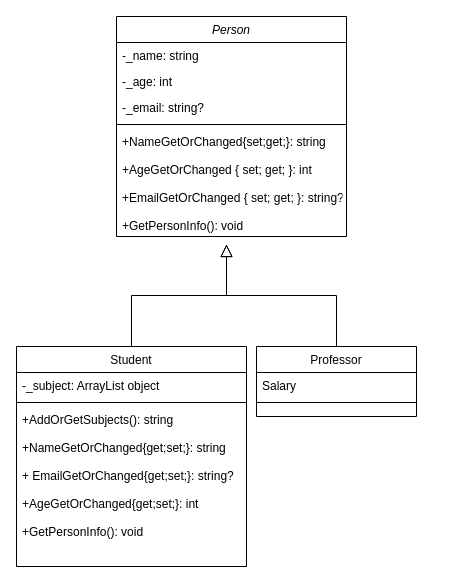
ellofae/Applied-Programming-Labs keeps this draw.io diagram as Laba1.drawio. Above is the earlier version. Source tidied: cells renumbered, new cells numbered last; positions are measured from the earlier drawing's top-left corner, leaving out a move shared by most shapes. Both pictures are drawn from the tidied source at 100%, with x=0, y=0 at pixel (16, 16).
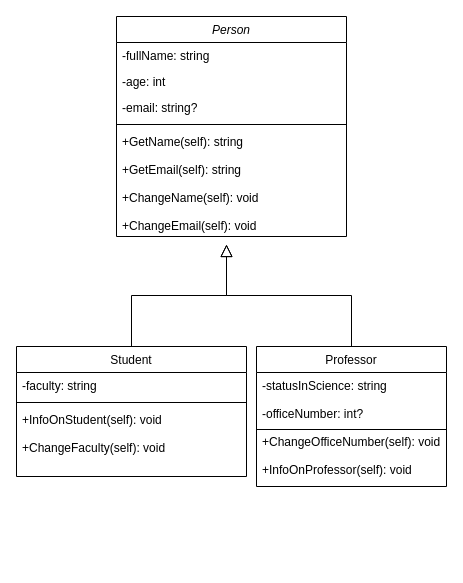
The same page after the edit.

Commit message:
XML diagram is added

The edit, as a diff of the source:
```diff
@@
 <mxGraphModel>
   <root>
     <mxCell id="0" />
     <mxCell id="1" parent="0" />
     <mxCell id="2" value="Person" style="swimlane;fontStyle=2;align=center;verticalAlign=top;horizontal=1;startSize=26;rounded=0;shadow=0;strokeWidth=1;" parent="1" vertex="1">
       <mxGeometry x="100" width="230" height="220" as="geometry" />
     </mxCell>
-    <mxCell id="3" value="-_name: string" style="text;align=left;verticalAlign=top;spacingLeft=4;spacingRight=4;overflow=hidden;" parent="2" vertex="1">
-      <mxGeometry y="26" width="230" height="26" as="geometry" />
-    </mxCell>
-    <mxCell id="4" value="-_age: int" style="text;align=left;verticalAlign=top;spacingLeft=4;spacingRight=4;overflow=hidden;rounded=0;shadow=0;html=0;" parent="2" vertex="1">
-      <mxGeometry y="52" width="230" height="26" as="geometry" />
-    </mxCell>
-    <mxCell id="5" value="-_email: string?" style="text;align=left;verticalAlign=top;spacingLeft=4;spacingRight=4;overflow=hidden;rounded=0;shadow=0;html=0;" parent="2" vertex="1">
-      <mxGeometry y="78" width="230" height="26" as="geometry" />
-    </mxCell>
+    <mxCell id="17" value="-fullName: string" style="text;align=left;verticalAlign=top;spacingLeft=4;spacingRight=4;overflow=hidden;" parent="2" vertex="1">
+      <mxGeometry y="26" width="230" height="26" as="geometry" />
+    </mxCell>
+    <mxCell id="18" value="-age: int" style="text;align=left;verticalAlign=top;spacingLeft=4;spacingRight=4;overflow=hidden;rounded=0;shadow=0;html=0;" parent="2" vertex="1">
+      <mxGeometry y="52" width="230" height="26" as="geometry" />
+    </mxCell>
+    <mxCell id="19" value="-email: string?" style="text;align=left;verticalAlign=top;spacingLeft=4;spacingRight=4;overflow=hidden;rounded=0;shadow=0;html=0;" parent="2" vertex="1">
+      <mxGeometry y="78" width="230" height="26" as="geometry" />
+    </mxCell>
     <mxCell id="6" style="line;html=1;strokeWidth=1;align=left;verticalAlign=middle;spacingTop=-1;spacingLeft=3;spacingRight=3;labelPosition=right;" parent="2" vertex="1">
       <mxGeometry y="104" width="230" height="8" as="geometry" />
     </mxCell>
-    <mxCell id="7" value="+NameGetOrChanged{set;get;}: string&#10;&#10;+AgeGetOrChanged { set; get; }: int&#10;&#10;+EmailGetOrChanged { set; get; }: string?&#10;&#10;+GetPersonInfo(): void" style="text;align=left;verticalAlign=top;spacingLeft=4;spacingRight=4;overflow=hidden;" parent="2" vertex="1">
-      <mxGeometry y="112" width="230" height="108" as="geometry" />
-    </mxCell>
+    <mxCell id="20" value="+GetName(self): string&#10;&#10;+GetEmail(self): string&#10;&#10;+ChangeName(self): void&#10;&#10;+ChangeEmail(self): void" style="text;align=left;verticalAlign=top;spacingLeft=4;spacingRight=4;overflow=hidden;" parent="2" vertex="1">
+      <mxGeometry y="112" width="230" height="108" as="geometry" />
+    </mxCell>
     <mxCell id="8" value="Student" style="swimlane;fontStyle=0;align=center;verticalAlign=top;horizontal=1;startSize=26;rounded=0;shadow=0;strokeWidth=1;" parent="1" vertex="1">
-      <mxGeometry y="330" width="230" height="220" as="geometry" />
+      <mxGeometry y="330" width="230" height="130" as="geometry" />
     </mxCell>
-    <mxCell id="9" value="-_subject: ArrayList object" style="text;align=left;verticalAlign=top;spacingLeft=4;spacingRight=4;overflow=hidden;" parent="8" vertex="1">
-      <mxGeometry y="26" width="230" height="26" as="geometry" />
-    </mxCell>
+    <mxCell id="21" value="-faculty: string" style="text;align=left;verticalAlign=top;spacingLeft=4;spacingRight=4;overflow=hidden;" parent="8" vertex="1">
+      <mxGeometry y="26" width="230" height="26" as="geometry" />
+    </mxCell>
     <mxCell id="10" style="line;html=1;strokeWidth=1;align=left;verticalAlign=middle;spacingTop=-1;spacingLeft=3;spacingRight=3;labelPosition=right;" parent="8" vertex="1">
       <mxGeometry y="52" width="230" height="8" as="geometry" />
     </mxCell>
-    <mxCell id="11" value="+AddOrGetSubjects(): string&#10;&#10;+NameGetOrChanged{get;set;}: string&#10;&#10;+ EmailGetOrChanged{get;set;}: string?&#10;&#10;+AgeGetOrChanged{get;set;}: int&#10;&#10;+GetPersonInfo(): void" style="text;align=left;verticalAlign=top;spacingLeft=4;spacingRight=4;overflow=hidden;" parent="8" vertex="1">
-      <mxGeometry y="60" width="230" height="160" as="geometry" />
-    </mxCell>
-    <mxCell id="12" style="endArrow=block;endSize=10;endFill=0;shadow=0;strokeWidth=1;rounded=0;edgeStyle=elbowEdgeStyle;elbow=vertical;" parent="1" edge="1" source="8">
-      <mxGeometry relative="1" as="geometry">
-        <mxPoint x="210" y="228" as="targetPoint" />
-      </mxGeometry>
-    </mxCell>
+    <mxCell id="22" value="+InfoOnStudent(self): void&#10;&#10;+ChangeFaculty(self): void" style="text;align=left;verticalAlign=top;spacingLeft=4;spacingRight=4;overflow=hidden;" parent="8" vertex="1">
+      <mxGeometry y="60" width="230" height="70" as="geometry" />
+    </mxCell>
+    <mxCell id="23" style="endArrow=block;endSize=10;endFill=0;shadow=0;strokeWidth=1;rounded=0;edgeStyle=elbowEdgeStyle;elbow=vertical;" parent="1" edge="1" source="8">
+      <mxGeometry relative="1" as="geometry">
+        <mxPoint x="210" y="228" as="targetPoint" />
+      </mxGeometry>
+    </mxCell>
     <mxCell id="13" value="Professor" style="swimlane;fontStyle=0;align=center;verticalAlign=top;horizontal=1;startSize=26;rounded=0;shadow=0;strokeWidth=1;" parent="1" vertex="1">
-      <mxGeometry x="240" y="330" width="160" height="70" as="geometry" />
+      <mxGeometry x="240" y="330" width="190" height="140" as="geometry" />
     </mxCell>
-    <mxCell id="14" value="Salary" style="text;align=left;verticalAlign=top;spacingLeft=4;spacingRight=4;overflow=hidden;" parent="13" vertex="1">
-      <mxGeometry y="26" width="160" height="26" as="geometry" />
-    </mxCell>
-    <mxCell id="15" style="line;html=1;strokeWidth=1;align=left;verticalAlign=middle;spacingTop=-1;spacingLeft=3;spacingRight=3;labelPosition=right;" parent="13" vertex="1">
-      <mxGeometry y="52" width="160" height="8" as="geometry" />
-    </mxCell>
-    <mxCell id="16" style="endArrow=block;endSize=10;endFill=0;shadow=0;strokeWidth=1;rounded=0;edgeStyle=elbowEdgeStyle;elbow=vertical;" parent="1" edge="1" source="13">
-      <mxGeometry relative="1" as="geometry">
-        <mxPoint x="210" y="228" as="targetPoint" />
-      </mxGeometry>
-    </mxCell>
+    <mxCell id="24" value="-statusInScience: string&#10;&#10;-officeNumber: int?&#10;&#10;+ChangeOfficeNumber(self): void&#10;&#10;+InfoOnProfessor(self): void" style="text;align=left;verticalAlign=top;spacingLeft=4;spacingRight=4;overflow=hidden;points=[[0,0.5],[1,0.5]];portConstraint=eastwest;" parent="13" vertex="1">
+      <mxGeometry y="26" width="190" height="114" as="geometry" />
+    </mxCell>
+    <mxCell id="25" style="endArrow=none;html=1;rounded=0;entryX=1;entryY=0.5;entryDx=0;entryDy=0;exitX=0;exitY=0.5;exitDx=0;exitDy=0;" parent="13" edge="1" source="24" target="24">
+      <mxGeometry relative="1" as="geometry" />
+    </mxCell>
+    <mxCell id="26" style="endArrow=block;endSize=10;endFill=0;shadow=0;strokeWidth=1;rounded=0;edgeStyle=elbowEdgeStyle;elbow=vertical;" parent="1" edge="1" source="13">
+      <mxGeometry relative="1" as="geometry">
+        <mxPoint x="210" y="228" as="targetPoint" />
+      </mxGeometry>
+    </mxCell>
   </root>
 </mxGraphModel>
```
